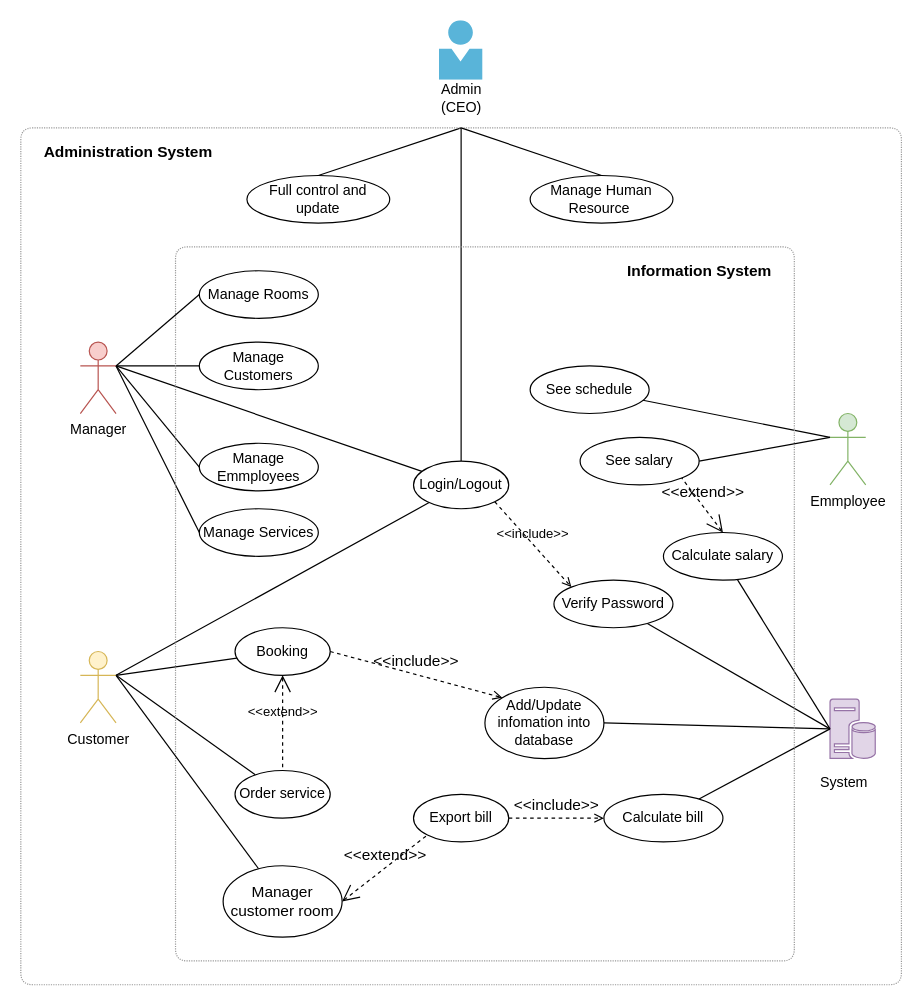
Earlier version of the draw.io diagram 02 Use case specification and diagrams/Use case Diagram.drawio (hieutada/CnpmFinal). Source tidied: cells renumbered, new cells numbered last; positions are measured from the earlier drawing's top-left corner, leaving out a move shared by most shapes. Both pictures are drawn from the tidied source at 119%, with x=0, y=0 at pixel (20, 20).
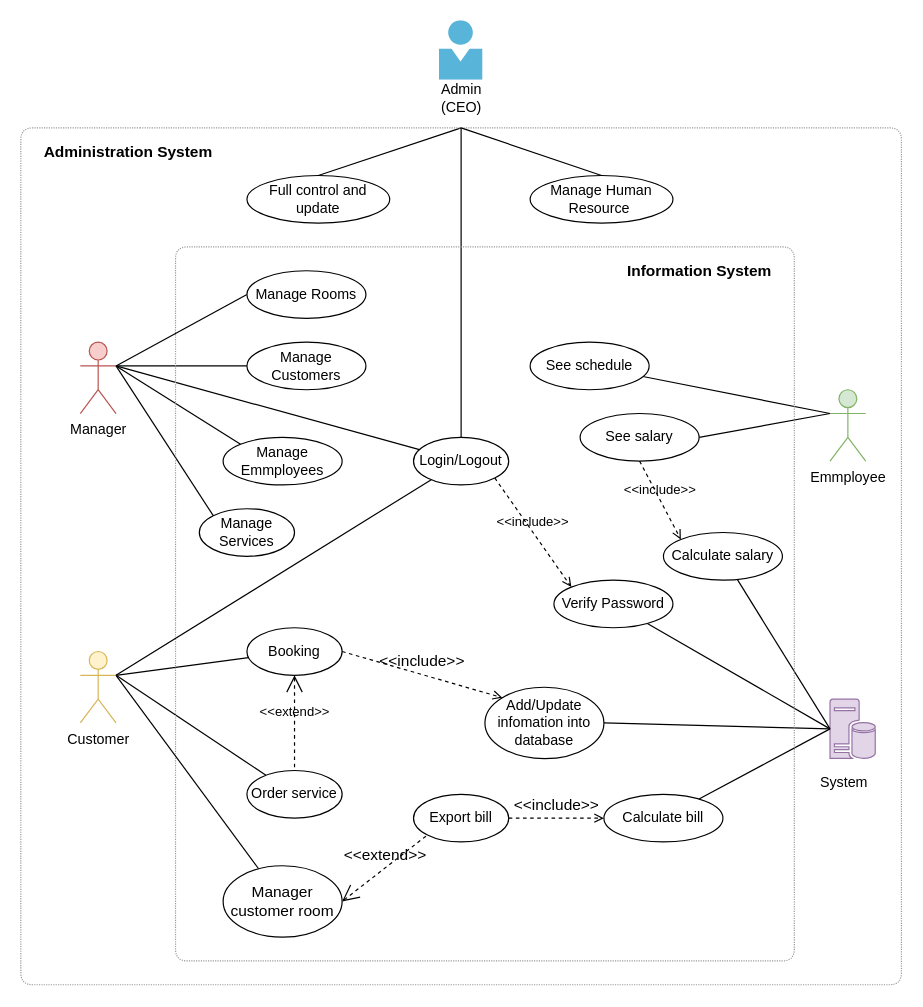
Above is the later version.

Unchanged cells that the change refers to:
```xml
<mxCell id="2" value="Manager" style="shape=umlActor;html=1;verticalLabelPosition=bottom;verticalAlign=top;align=center;fillColor=#f8cecc;strokeColor=#b85450;" parent="1" vertex="1">
  <mxGeometry x="50" y="270" width="30" height="60" as="geometry" />
</mxCell>
<mxCell id="30" value="Calculate salary" style="ellipse;whiteSpace=wrap;html=1;" parent="1" vertex="1">
  <mxGeometry x="540" y="430" width="100" height="40" as="geometry" />
</mxCell>
```

Change to the diagram source:
```diff
@@
     <mxCell id="5" value="Emmployee" style="shape=umlActor;html=1;verticalLabelPosition=bottom;verticalAlign=top;align=center;fillColor=#d5e8d4;strokeColor=#82b366;" parent="1" vertex="1">
-      <mxGeometry x="680" y="330" width="30" height="60" as="geometry" />
+      <mxGeometry x="680" y="310" width="30" height="60" as="geometry" />
     </mxCell>
@@
     <mxCell id="9" value="Login/Logout" style="ellipse;whiteSpace=wrap;html=1;" parent="1" vertex="1">
-      <mxGeometry x="330" y="370" width="80" height="40" as="geometry" />
+      <mxGeometry x="330" y="350" width="80" height="40" as="geometry" />
     </mxCell>
@@
     <mxCell id="11" value="Booking" style="ellipse;whiteSpace=wrap;html=1;" parent="1" vertex="1">
-      <mxGeometry x="180" y="510" width="80" height="40" as="geometry" />
+      <mxGeometry x="190" y="510" width="80" height="40" as="geometry" />
     </mxCell>
@@
     <mxCell id="13" value="Order service" style="ellipse;whiteSpace=wrap;html=1;" parent="1" vertex="1">
-      <mxGeometry x="180" y="630" width="80" height="40" as="geometry" />
+      <mxGeometry x="190" y="630" width="80" height="40" as="geometry" />
     </mxCell>
@@
     <mxCell id="17" value="Manage Customers" style="ellipse;whiteSpace=wrap;html=1;" parent="1" vertex="1">
-      <mxGeometry x="150" y="270" width="100" height="40" as="geometry" />
+      <mxGeometry x="190" y="270" width="100" height="40" as="geometry" />
     </mxCell>
-    <mxCell id="18" style="edgeStyle=none;rounded=0;jettySize=auto;html=1;entryX=1;entryY=0.3333333333333333;entryDx=0;entryDy=0;entryPerimeter=0;startArrow=none;startFill=0;endArrow=none;endFill=0;exitX=0;exitY=0.5;exitDx=0;exitDy=0;" parent="1" edge="1" source="19" target="2">
+    <mxCell id="18" style="edgeStyle=none;rounded=0;jettySize=auto;html=1;entryX=1;entryY=0.3333333333333333;entryDx=0;entryDy=0;entryPerimeter=0;startArrow=none;startFill=0;endArrow=none;endFill=0;exitX=0;exitY=0;exitDx=0;exitDy=0;" parent="1" edge="1" source="19" target="2">
       <mxGeometry relative="1" as="geometry" />
     </mxCell>
     <mxCell id="19" value="Manage Emmployees" style="ellipse;whiteSpace=wrap;html=1;" parent="1" vertex="1">
-      <mxGeometry x="150" y="355" width="100" height="40" as="geometry" />
+      <mxGeometry x="170" y="350" width="100" height="40" as="geometry" />
     </mxCell>
-    <mxCell id="20" style="edgeStyle=none;rounded=0;jettySize=auto;html=1;entryX=1;entryY=0.3333333333333333;entryDx=0;entryDy=0;entryPerimeter=0;endArrow=none;endFill=0;exitX=0;exitY=0.5;exitDx=0;exitDy=0;" parent="1" edge="1" source="21" target="2">
+    <mxCell id="20" style="edgeStyle=none;rounded=0;jettySize=auto;html=1;entryX=1;entryY=0.3333333333333333;entryDx=0;entryDy=0;entryPerimeter=0;endArrow=none;endFill=0;exitX=0;exitY=0;exitDx=0;exitDy=0;" parent="1" edge="1" source="21" target="2">
       <mxGeometry relative="1" as="geometry" />
     </mxCell>
     <mxCell id="21" value="Manage Services" style="ellipse;whiteSpace=wrap;html=1;" parent="1" vertex="1">
-      <mxGeometry x="150" y="410" width="100" height="40" as="geometry" />
+      <mxGeometry x="150" y="410" width="80" height="40" as="geometry" />
     </mxCell>
@@
     <mxCell id="26" value="See salary" style="ellipse;whiteSpace=wrap;html=1;" parent="1" vertex="1">
-      <mxGeometry x="470" y="350" width="100" height="40" as="geometry" />
+      <mxGeometry x="470" y="330" width="100" height="40" as="geometry" />
     </mxCell>
     <mxCell id="27" style="edgeStyle=none;rounded=0;jettySize=auto;html=1;endArrow=none;endFill=0;" parent="1" edge="1" source="28">
       <mxGeometry relative="1" as="geometry">
-        <mxPoint x="680" y="350" as="targetPoint" />
+        <mxPoint x="680" y="330" as="targetPoint" />
       </mxGeometry>
     </mxCell>
     <mxCell id="28" value="See schedule" style="ellipse;whiteSpace=wrap;html=1;" parent="1" vertex="1">
-      <mxGeometry x="428" y="290" width="100" height="40" as="geometry" />
+      <mxGeometry x="428" y="270" width="100" height="40" as="geometry" />
     </mxCell>
@@
-    <mxCell id="44" value="&amp;lt;&amp;lt;extend&amp;gt;&amp;gt;" style="edgeStyle=none;html=1;startArrow=open;endArrow=none;startSize=12;verticalAlign=bottom;dashed=1;labelBackgroundColor=none;strokeColor=#000000;strokeWidth=1;fontSize=13;entryX=1;entryY=1;entryDx=0;entryDy=0;exitX=0.5;exitY=0;exitDx=0;exitDy=0;" parent="1" edge="1" source="30" target="26">
-      <mxGeometry relative="1" as="geometry" />
-    </mxCell>
@@
     <mxCell id="51" value="Manage Rooms" style="ellipse;whiteSpace=wrap;html=1;" parent="1" vertex="1">
-      <mxGeometry x="150" y="210" width="100" height="40" as="geometry" />
+      <mxGeometry x="190" y="210" width="100" height="40" as="geometry" />
     </mxCell>
@@
+    <mxCell id="54" value="&amp;lt;&amp;lt;include&amp;gt;&amp;gt;" style="edgeStyle=none;html=1;endArrow=open;verticalAlign=bottom;dashed=1;labelBackgroundColor=none;entryX=0;entryY=0;entryDx=0;entryDy=0;exitX=0.5;exitY=1;exitDx=0;exitDy=0;" parent="1" edge="1" source="26" target="30">
+      <mxGeometry relative="1" as="geometry" />
+    </mxCell>
```
